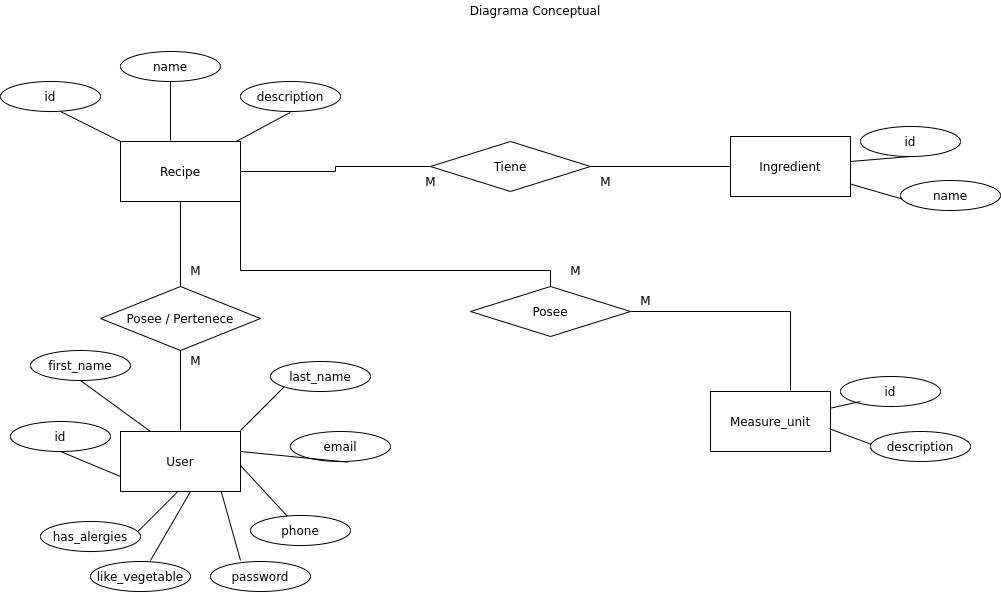
Above: public/images/Diagrama conceptual.png in emanuelcortezr/Mi-Keto (draw.io), before the change. Source tidied: cells renumbered, new cells last; positions are measured from the earlier drawing's top-left corner, leaving out a move shared by most shapes.
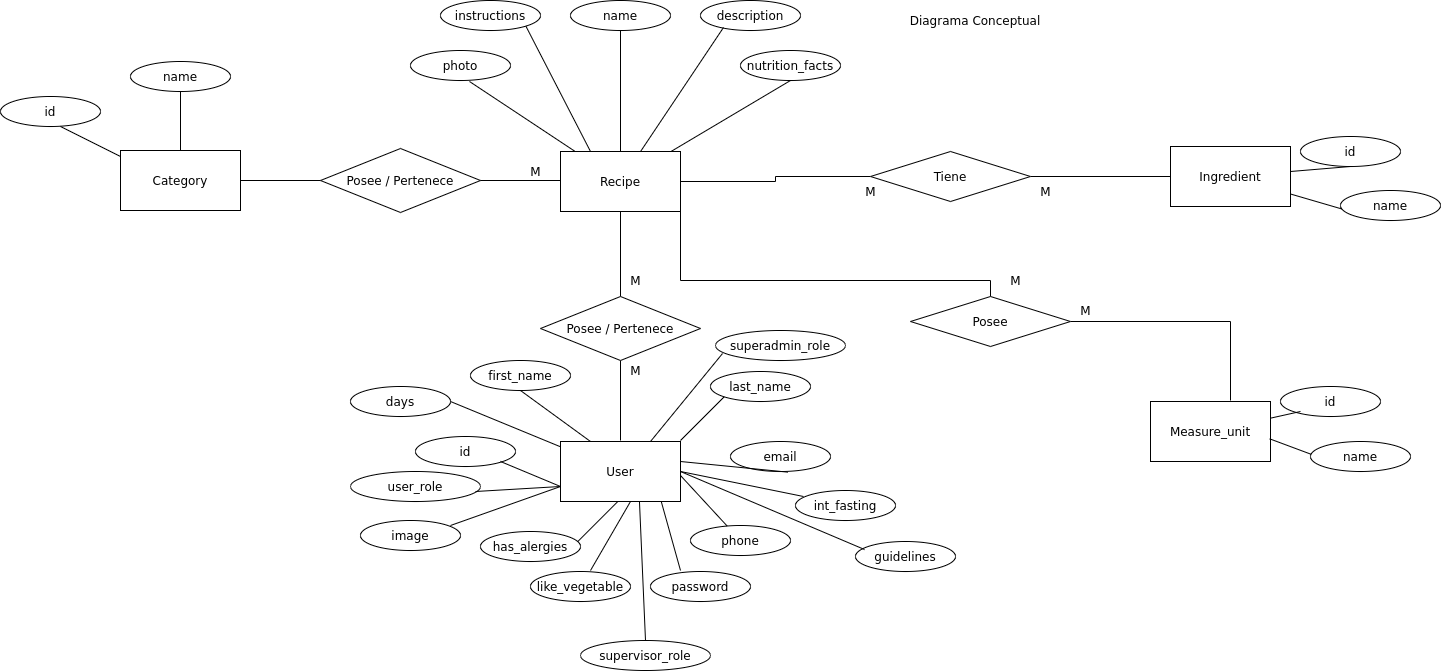
After the commit.

Diff of the diagram source:
```diff
@@ -15,16 +15,16 @@
       <mxGeometry x="730" y="136" width="120" height="60" as="geometry" />
     </mxCell>
     <mxCell id="6" value="id" style="ellipse;whiteSpace=wrap;html=1;" parent="1" vertex="1">
-      <mxGeometry y="81" width="100" height="30" as="geometry" />
+      <mxGeometry x="-440" y="86" width="100" height="30" as="geometry" />
     </mxCell>
     <mxCell id="7" value="name" style="ellipse;whiteSpace=wrap;html=1;" parent="1" vertex="1">
-      <mxGeometry x="120" y="51" width="100" height="30" as="geometry" />
+      <mxGeometry x="130" y="-10" width="100" height="30" as="geometry" />
     </mxCell>
     <mxCell id="8" value="description" style="ellipse;whiteSpace=wrap;html=1;" parent="1" vertex="1">
-      <mxGeometry x="240" y="81" width="100" height="30" as="geometry" />
+      <mxGeometry x="260" y="-10" width="100" height="30" as="geometry" />
     </mxCell>
     <mxCell id="9" value="id" style="ellipse;whiteSpace=wrap;html=1;" parent="1" vertex="1">
-      <mxGeometry x="10" y="421" width="100" height="30" as="geometry" />
+      <mxGeometry x="-25" y="426" width="100" height="30" as="geometry" />
     </mxCell>
     <mxCell id="10" value="first_name" style="ellipse;whiteSpace=wrap;html=1;" parent="1" vertex="1">
       <mxGeometry x="30" y="350" width="100" height="30" as="geometry" />
@@ -101,22 +101,12 @@
     <mxCell id="31" value="M" style="text;html=1;align=center;verticalAlign=middle;" parent="1" vertex="1">
       <mxGeometry x="180" y="260" width="30" height="20" as="geometry" />
     </mxCell>
-    <mxCell id="32" style="endArrow=none;html=1;" parent="1" edge="1" source="4">
+    <mxCell id="32" style="endArrow=none;html=1;" parent="1" edge="1">
       <mxGeometry relative="1" as="geometry">
-        <mxPoint x="60" y="111" as="targetPoint" />
+        <mxPoint x="-320" y="146" as="sourcePoint" />
+        <mxPoint x="-380" y="116" as="targetPoint" />
       </mxGeometry>
     </mxCell>
-    <mxCell id="33" style="endArrow=none;html=1;" parent="1" edge="1">
-      <mxGeometry relative="1" as="geometry">
-        <mxPoint x="170" y="140" as="sourcePoint" />
-        <mxPoint x="170" y="81" as="targetPoint" />
-      </mxGeometry>
-    </mxCell>
-    <mxCell id="34" style="endArrow=none;html=1;" parent="1" edge="1" source="4">
-      <mxGeometry relative="1" as="geometry">
-        <mxPoint x="289.6" y="112" as="targetPoint" />
-      </mxGeometry>
-    </mxCell>
     <mxCell id="35" style="endArrow=none;html=1;" parent="1" edge="1" source="5">
       <mxGeometry relative="1" as="geometry">
         <mxPoint x="910" y="156" as="targetPoint" />
@@ -190,11 +180,108 @@
         <mxPoint x="890" y="451" as="targetPoint" />
       </mxGeometry>
     </mxCell>
-    <mxCell id="50" value="description" style="ellipse;whiteSpace=wrap;html=1;" parent="1" vertex="1">
+    <mxCell id="50" value="name" style="ellipse;whiteSpace=wrap;html=1;" parent="1" vertex="1">
       <mxGeometry x="870" y="431" width="100" height="30" as="geometry" />
     </mxCell>
     <mxCell id="51" value="User" style="rounded=0;whiteSpace=wrap;html=1;" parent="1" vertex="1">
       <mxGeometry x="120" y="431" width="120" height="60" as="geometry" />
     </mxCell>
+    <mxCell id="52" value="Category" style="rounded=0;whiteSpace=wrap;html=1;" parent="1" vertex="1">
+      <mxGeometry x="-320" y="140" width="120" height="60" as="geometry" />
+    </mxCell>
+    <mxCell id="53" value="name" style="ellipse;whiteSpace=wrap;html=1;" parent="1" vertex="1">
+      <mxGeometry x="-310" y="51" width="100" height="30" as="geometry" />
+    </mxCell>
+    <mxCell id="54" style="endArrow=none;html=1;" parent="1" edge="1">
+      <mxGeometry relative="1" as="geometry">
+        <mxPoint x="-260" y="140" as="sourcePoint" />
+        <mxPoint x="-260" y="81" as="targetPoint" />
+      </mxGeometry>
+    </mxCell>
+    <mxCell id="55" value="Posee / Pertenece" style="rhombus;whiteSpace=wrap;html=1;" parent="1" vertex="1">
+      <mxGeometry x="-120" y="138" width="160" height="64" as="geometry" />
+    </mxCell>
+    <mxCell id="56" style="endArrow=none;html=1;entryX=1;entryY=0.5;entryDx=0;entryDy=0;exitX=0;exitY=0.5;exitDx=0;exitDy=0;" parent="1" edge="1" source="55" target="52">
+      <mxGeometry relative="1" as="geometry" />
+    </mxCell>
+    <mxCell id="57" style="endArrow=none;html=1;entryX=1;entryY=0.5;entryDx=0;entryDy=0;exitX=0;exitY=0.5;exitDx=0;exitDy=0;" parent="1" edge="1">
+      <mxGeometry relative="1" as="geometry">
+        <mxPoint x="120" y="170" as="sourcePoint" />
+        <mxPoint x="40" y="170" as="targetPoint" />
+      </mxGeometry>
+    </mxCell>
+    <mxCell id="58" value="M" style="text;html=1;align=center;verticalAlign=middle;" parent="1" vertex="1">
+      <mxGeometry x="80" y="151" width="30" height="20" as="geometry" />
+    </mxCell>
+    <mxCell id="59" value="instructions" style="ellipse;whiteSpace=wrap;html=1;" parent="1" vertex="1">
+      <mxGeometry y="-10" width="100" height="30" as="geometry" />
+    </mxCell>
+    <mxCell id="60" value="photo" style="ellipse;whiteSpace=wrap;html=1;" parent="1" vertex="1">
+      <mxGeometry x="-30" y="40" width="100" height="30" as="geometry" />
+    </mxCell>
+    <mxCell id="61" value="nutrition_facts" style="ellipse;whiteSpace=wrap;html=1;" parent="1" vertex="1">
+      <mxGeometry x="300" y="40" width="100" height="30" as="geometry" />
+    </mxCell>
+    <mxCell id="62" style="endArrow=none;html=1;entryX=0.59;entryY=1.033;entryDx=0;entryDy=0;entryPerimeter=0;" parent="1" edge="1" source="4" target="60">
+      <mxGeometry relative="1" as="geometry" />
+    </mxCell>
+    <mxCell id="63" style="endArrow=none;html=1;entryX=1;entryY=1;entryDx=0;entryDy=0;exitX=0.25;exitY=0;exitDx=0;exitDy=0;" parent="1" edge="1" source="4" target="59">
+      <mxGeometry relative="1" as="geometry" />
+    </mxCell>
+    <mxCell id="64" style="endArrow=none;html=1;entryX=0.5;entryY=1;entryDx=0;entryDy=0;" parent="1" edge="1" source="4" target="7">
+      <mxGeometry relative="1" as="geometry" />
+    </mxCell>
+    <mxCell id="65" style="endArrow=none;html=1;entryX=0.23;entryY=0.9;entryDx=0;entryDy=0;entryPerimeter=0;" parent="1" edge="1" source="4" target="8">
+      <mxGeometry relative="1" as="geometry" />
+    </mxCell>
+    <mxCell id="66" style="endArrow=none;html=1;entryX=0.5;entryY=1;entryDx=0;entryDy=0;" parent="1" edge="1" source="4" target="61">
+      <mxGeometry relative="1" as="geometry" />
+    </mxCell>
+    <mxCell id="67" value="superadmin_role" style="ellipse;whiteSpace=wrap;html=1;" parent="1" vertex="1">
+      <mxGeometry x="275" y="320" width="130" height="30" as="geometry" />
+    </mxCell>
+    <mxCell id="68" value="supervisor_role" style="ellipse;whiteSpace=wrap;html=1;" parent="1" vertex="1">
+      <mxGeometry x="140" y="630" width="130" height="30" as="geometry" />
+    </mxCell>
+    <mxCell id="69" value="user_role" style="ellipse;whiteSpace=wrap;html=1;" parent="1" vertex="1">
+      <mxGeometry x="-90" y="461" width="130" height="30" as="geometry" />
+    </mxCell>
+    <mxCell id="70" value="int_fasting" style="ellipse;whiteSpace=wrap;html=1;" parent="1" vertex="1">
+      <mxGeometry x="355" y="480" width="100" height="30" as="geometry" />
+    </mxCell>
+    <mxCell id="71" value="days" style="ellipse;whiteSpace=wrap;html=1;" parent="1" vertex="1">
+      <mxGeometry x="-90" y="376" width="100" height="30" as="geometry" />
+    </mxCell>
+    <mxCell id="72" value="guidelines" style="ellipse;whiteSpace=wrap;html=1;" parent="1" vertex="1">
+      <mxGeometry x="415" y="531" width="100" height="30" as="geometry" />
+    </mxCell>
+    <mxCell id="73" value="image" style="ellipse;whiteSpace=wrap;html=1;" parent="1" vertex="1">
+      <mxGeometry x="-80" y="510" width="100" height="30" as="geometry" />
+    </mxCell>
+    <mxCell id="74" style="endArrow=none;html=1;entryX=0;entryY=0.75;entryDx=0;entryDy=0;" parent="1" edge="1" target="51">
+      <mxGeometry relative="1" as="geometry">
+        <mxPoint x="35" y="481" as="sourcePoint" />
+      </mxGeometry>
+    </mxCell>
+    <mxCell id="75" style="endArrow=none;html=1;entryX=0;entryY=0.75;entryDx=0;entryDy=0;" parent="1" edge="1" target="51">
+      <mxGeometry relative="1" as="geometry">
+        <mxPoint x="10" y="515" as="sourcePoint" />
+      </mxGeometry>
+    </mxCell>
+    <mxCell id="76" style="endArrow=none;html=1;entryX=0.054;entryY=0.767;entryDx=0;entryDy=0;entryPerimeter=0;exitX=0.75;exitY=0;exitDx=0;exitDy=0;" parent="1" edge="1" source="51" target="67">
+      <mxGeometry relative="1" as="geometry" />
+    </mxCell>
+    <mxCell id="77" style="endArrow=none;html=1;exitX=0.08;exitY=0.2;exitDx=0;exitDy=0;exitPerimeter=0;entryX=1;entryY=0.5;entryDx=0;entryDy=0;" parent="1" edge="1" source="70" target="51">
+      <mxGeometry relative="1" as="geometry" />
+    </mxCell>
+    <mxCell id="78" style="endArrow=none;html=1;exitX=1;exitY=0.5;exitDx=0;exitDy=0;entryX=0.09;entryY=0.267;entryDx=0;entryDy=0;entryPerimeter=0;" parent="1" edge="1" source="51" target="72">
+      <mxGeometry relative="1" as="geometry" />
+    </mxCell>
+    <mxCell id="79" style="endArrow=none;html=1;entryX=0.658;entryY=1;entryDx=0;entryDy=0;entryPerimeter=0;exitX=0.5;exitY=0;exitDx=0;exitDy=0;" parent="1" edge="1" source="68" target="51">
+      <mxGeometry relative="1" as="geometry" />
+    </mxCell>
+    <mxCell id="80" style="endArrow=none;html=1;exitX=1;exitY=0.5;exitDx=0;exitDy=0;" parent="1" edge="1" source="71" target="51">
+      <mxGeometry relative="1" as="geometry" />
+    </mxCell>
   </root>
 </mxGraphModel>
```
